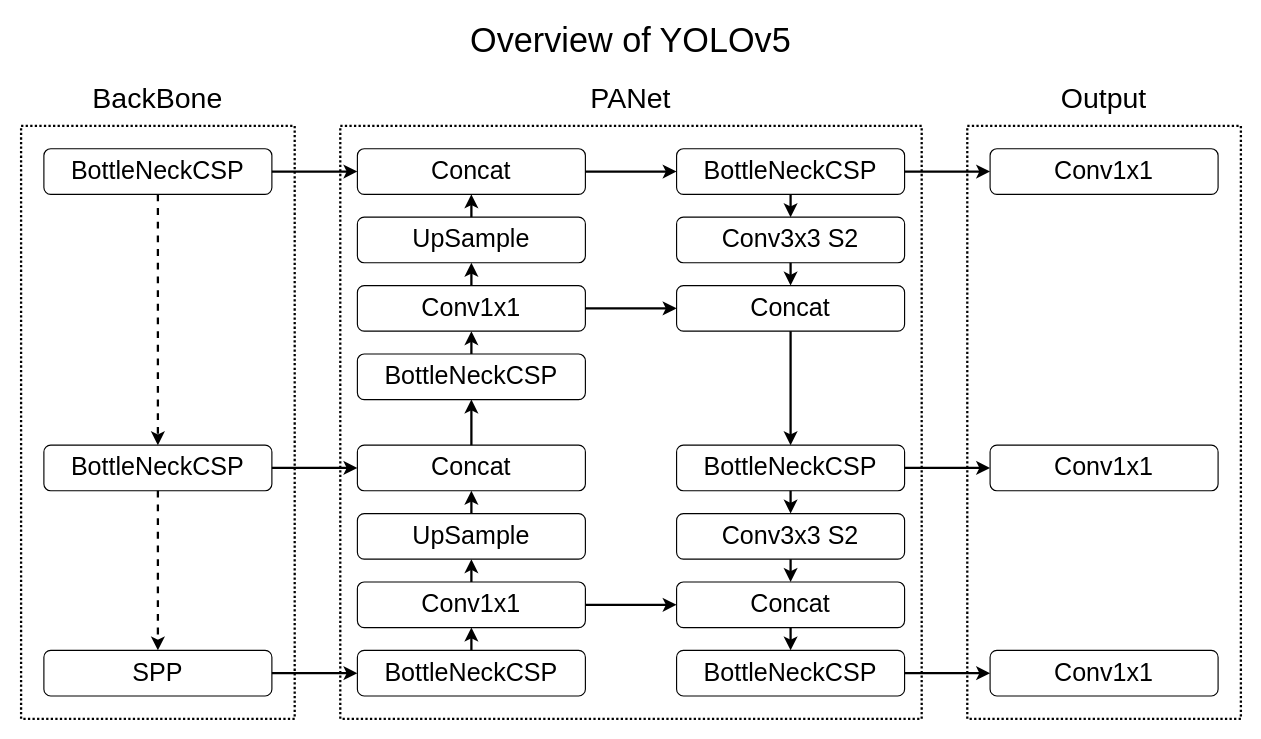
The draw.io diagram 7주차/자료/Overview_of_YOLOv5.drawio in JaeHyung-Jung/UNDERDOG, before the edit. Source tidied: cells renumbered, new cells numbered last; positions are measured from the earlier drawing's top-left corner, leaving out a move shared by most shapes. Both pictures are drawn from the tidied source at 114%, with x=0, y=0 at pixel (21, 23).
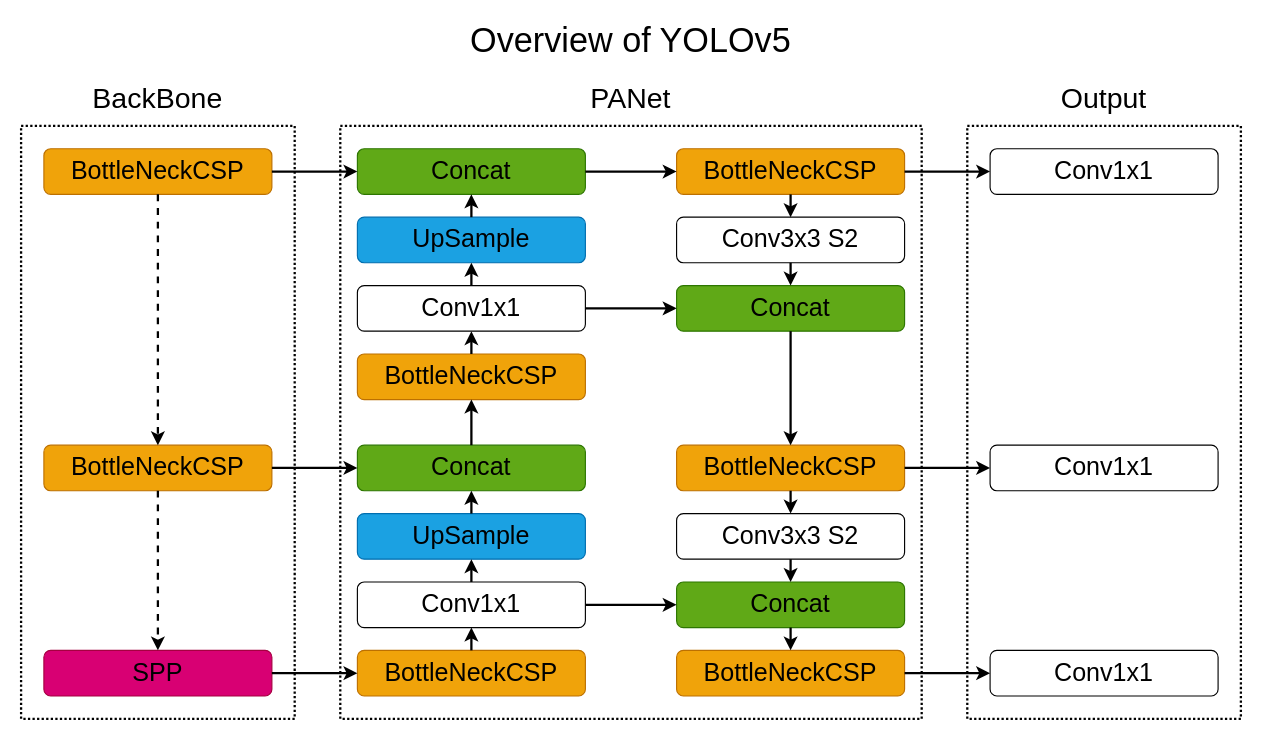
The same page after the edit.

Commit message (it also covers changes not shown here):
중간 결과 발표자료 최종 수정

Change to the diagram source:
```diff
@@
-    <mxCell id="8" value="BottleNeckCSP" style="rounded=1;whiteSpace=wrap;html=1;fontSize=22;" parent="1" vertex="1">
+    <mxCell id="8" value="BottleNeckCSP" style="rounded=1;whiteSpace=wrap;html=1;fontSize=22;fillColor=#f0a30a;strokeColor=#BD7000;fontColor=#000000;" parent="1" vertex="1">
       <mxGeometry x="20" y="110" width="200" height="40" as="geometry" />
     </mxCell>
@@
-    <mxCell id="10" value="BottleNeckCSP" style="rounded=1;whiteSpace=wrap;html=1;fontSize=22;" parent="1" vertex="1">
+    <mxCell id="10" value="BottleNeckCSP" style="rounded=1;whiteSpace=wrap;html=1;fontSize=22;fillColor=#f0a30a;strokeColor=#BD7000;fontColor=#000000;" parent="1" vertex="1">
       <mxGeometry x="20" y="370" width="200" height="40" as="geometry" />
     </mxCell>
-    <mxCell id="11" value="SPP" style="rounded=1;whiteSpace=wrap;html=1;fontSize=22;" parent="1" vertex="1">
+    <mxCell id="11" value="SPP" style="rounded=1;whiteSpace=wrap;html=1;fontSize=22;fillColor=#d80073;fontColor=default;strokeColor=#A50040;" parent="1" vertex="1">
       <mxGeometry x="20" y="550" width="200" height="40" as="geometry" />
     </mxCell>
-    <mxCell id="12" value="Concat" style="rounded=1;whiteSpace=wrap;html=1;fontSize=22;" parent="1" vertex="1">
+    <mxCell id="12" value="Concat" style="rounded=1;whiteSpace=wrap;html=1;fontSize=22;fillColor=#60a917;strokeColor=#2D7600;fontColor=#000000;" parent="1" vertex="1">
       <mxGeometry x="295" y="110" width="200" height="40" as="geometry" />
     </mxCell>
-    <mxCell id="13" value="UpSample" style="rounded=1;whiteSpace=wrap;html=1;fontSize=22;" parent="1" vertex="1">
+    <mxCell id="13" value="UpSample" style="rounded=1;whiteSpace=wrap;html=1;fontSize=22;fillColor=#1ba1e2;fontColor=#000000;strokeColor=#006EAF;" parent="1" vertex="1">
       <mxGeometry x="295" y="170" width="200" height="40" as="geometry" />
     </mxCell>
@@
-    <mxCell id="15" value="BottleNeckCSP" style="rounded=1;whiteSpace=wrap;html=1;fontSize=22;" parent="1" vertex="1">
+    <mxCell id="15" value="BottleNeckCSP" style="rounded=1;whiteSpace=wrap;html=1;fontSize=22;fillColor=#f0a30a;strokeColor=#BD7000;fontColor=#000000;" parent="1" vertex="1">
       <mxGeometry x="295" y="290" width="200" height="40" as="geometry" />
     </mxCell>
-    <mxCell id="16" value="Concat" style="rounded=1;whiteSpace=wrap;html=1;fontSize=22;" parent="1" vertex="1">
+    <mxCell id="16" value="Concat" style="rounded=1;whiteSpace=wrap;html=1;fontSize=22;fillColor=#60a917;strokeColor=#2D7600;fontColor=#000000;" parent="1" vertex="1">
       <mxGeometry x="295" y="370" width="200" height="40" as="geometry" />
     </mxCell>
-    <mxCell id="17" value="UpSample" style="rounded=1;whiteSpace=wrap;html=1;fontSize=22;" parent="1" vertex="1">
+    <mxCell id="17" value="UpSample" style="rounded=1;whiteSpace=wrap;html=1;fontSize=22;fillColor=#1ba1e2;fontColor=#000000;strokeColor=#006EAF;" parent="1" vertex="1">
       <mxGeometry x="295" y="430" width="200" height="40" as="geometry" />
     </mxCell>
@@
-    <mxCell id="19" value="BottleNeckCSP" style="rounded=1;whiteSpace=wrap;html=1;fontSize=22;" parent="1" vertex="1">
+    <mxCell id="19" value="BottleNeckCSP" style="rounded=1;whiteSpace=wrap;html=1;fontSize=22;fillColor=#f0a30a;strokeColor=#BD7000;fontColor=#000000;" parent="1" vertex="1">
       <mxGeometry x="295" y="550" width="200" height="40" as="geometry" />
     </mxCell>
-    <mxCell id="20" value="BottleNeckCSP" style="rounded=1;whiteSpace=wrap;html=1;fontSize=22;" parent="1" vertex="1">
+    <mxCell id="20" value="BottleNeckCSP" style="rounded=1;whiteSpace=wrap;html=1;fontSize=22;fillColor=#f0a30a;strokeColor=#BD7000;fontColor=#000000;" parent="1" vertex="1">
       <mxGeometry x="575" y="110" width="200" height="40" as="geometry" />
     </mxCell>
@@
-    <mxCell id="25" value="Concat" style="rounded=1;whiteSpace=wrap;html=1;fontSize=22;" parent="1" vertex="1">
+    <mxCell id="25" value="Concat" style="rounded=1;whiteSpace=wrap;html=1;fontSize=22;fillColor=#60a917;strokeColor=#2D7600;fontColor=#000000;" parent="1" vertex="1">
       <mxGeometry x="575" y="230" width="200" height="40" as="geometry" />
     </mxCell>
-    <mxCell id="26" value="BottleNeckCSP" style="rounded=1;whiteSpace=wrap;html=1;fontSize=22;" parent="1" vertex="1">
+    <mxCell id="26" value="BottleNeckCSP" style="rounded=1;whiteSpace=wrap;html=1;fontSize=22;fillColor=#f0a30a;strokeColor=#BD7000;fontColor=#000000;" parent="1" vertex="1">
       <mxGeometry x="575" y="370" width="200" height="40" as="geometry" />
     </mxCell>
@@
-    <mxCell id="28" value="Concat" style="rounded=1;whiteSpace=wrap;html=1;fontSize=22;" parent="1" vertex="1">
+    <mxCell id="28" value="Concat" style="rounded=1;whiteSpace=wrap;html=1;fontSize=22;fillColor=#60a917;strokeColor=#2D7600;fontColor=#000000;" parent="1" vertex="1">
       <mxGeometry x="575" y="490" width="200" height="40" as="geometry" />
     </mxCell>
-    <mxCell id="29" value="BottleNeckCSP" style="rounded=1;whiteSpace=wrap;html=1;fontSize=22;" parent="1" vertex="1">
+    <mxCell id="29" value="BottleNeckCSP" style="rounded=1;whiteSpace=wrap;html=1;fontSize=22;fillColor=#f0a30a;strokeColor=#BD7000;fontColor=#000000;" parent="1" vertex="1">
       <mxGeometry x="575" y="550" width="200" height="40" as="geometry" />
     </mxCell>
```
